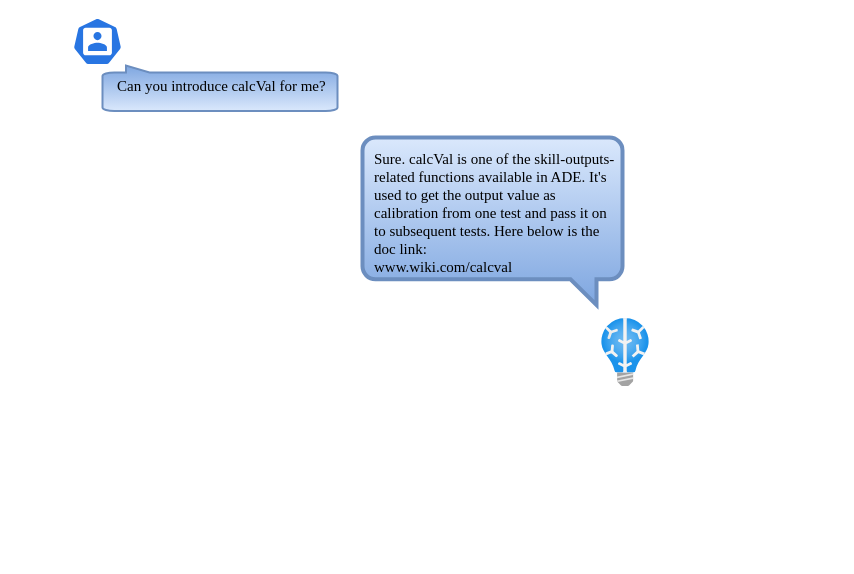
Before: ADE_copilot/drawio/ADE_copilot/chat_RAG.drawio in xpc123/forSync, a draw.io diagram. Source tidied: cells renumbered, new cells numbered last; positions are measured from the earlier drawing's top-left corner, leaving out a move shared by most shapes. Both pictures are drawn from the tidied source at 100%, with x=0, y=0 at pixel (72, 17). Pictures stored in the file or linked from it are replaced by grey dashed boxes.
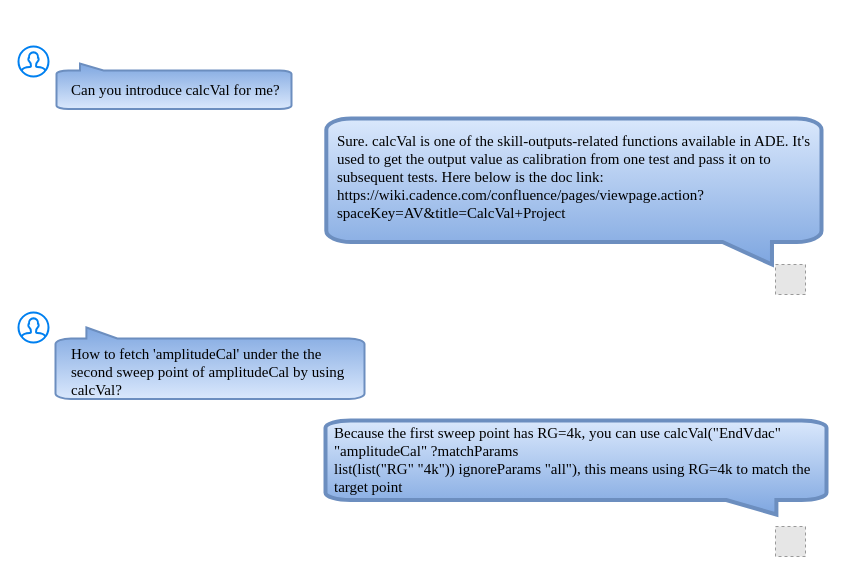
The same diagram, later.

Change to the diagram source:
```diff
@@
 <mxGraphModel background="#FFFFFF">
   <root>
     <mxCell id="0" />
     <mxCell id="1" parent="0" />
-    <mxCell id="2" style="sketch=0;html=1;dashed=0;whitespace=wrap;verticalLabelPosition=bottom;verticalAlign=top;fillColor=#2875E2;strokeColor=#ffffff;shape=mxgraph.kubernetes.icon2;prIcon=user;" parent="1" vertex="1">
-      <mxGeometry width="50" height="48" as="geometry" />
-    </mxCell>
     <mxCell id="3" style="html=1;verticalLabelPosition=bottom;align=center;labelBackgroundColor=#ffffff;verticalAlign=top;strokeWidth=2;strokeColor=#6c8ebf;shadow=0;dashed=0;shape=mxgraph.ios7.icons.message;rotation=-180;fillColor=#dae8fc;gradientColor=#7ea6e0;" parent="1" vertex="1">
-      <mxGeometry x="30" y="48" width="235" height="45.5" as="geometry" />
+      <mxGeometry x="-16" y="46" width="235" height="45.5" as="geometry" />
     </mxCell>
     <mxCell id="4" value="&lt;font color=&quot;#000000&quot; style=&quot;font-size: 15px;&quot; face=&quot;Times New Roman&quot;&gt;Can you introduce calcVal for me?&lt;/font&gt;" style="text;html=1;align=left;verticalAlign=middle;whiteSpace=wrap;rounded=0;" parent="1" vertex="1">
-      <mxGeometry x="42.5" y="56.8" width="217.5" height="23.2" as="geometry" />
+      <mxGeometry x="-3.5" y="54.8" width="217.5" height="35.2" as="geometry" />
     </mxCell>
-    <mxCell id="5" style="image;html=1;align=center;fontSize=12;image=img/lib/azure2/ai_machine_learning/Batch_AI.svg;" parent="1" vertex="1">
-      <mxGeometry x="529" y="301" width="48" height="68" as="geometry" />
-    </mxCell>
     <mxCell id="6" style="html=1;verticalLabelPosition=bottom;align=center;labelBackgroundColor=#ffffff;verticalAlign=top;strokeWidth=4;strokeColor=#6c8ebf;shadow=0;dashed=0;shape=mxgraph.ios7.icons.message;rotation=0;fillColor=#dae8fc;gradientColor=#7ea6e0;" parent="1" vertex="1">
-      <mxGeometry x="290" y="120" width="260" height="167.5" as="geometry" />
+      <mxGeometry x="253.8" y="101" width="495.2" height="146" as="geometry" />
     </mxCell>
-    <mxCell id="7" value="&lt;font color=&quot;#000000&quot; style=&quot;font-size: 15px;&quot; face=&quot;Times New Roman&quot;&gt;Sure. calcVal is one of the skill-outputs-related functions available in ADE. It's used to get the output value as calibration from one test and pass it on to subsequent tests. Here below is the doc link:&lt;/font&gt;&lt;div&gt;&lt;font color=&quot;#000000&quot; style=&quot;font-size: 15px;&quot; face=&quot;Times New Roman&quot;&gt;www.wiki.com/calcval&lt;/font&gt;&lt;/div&gt;" style="text;html=1;align=left;verticalAlign=middle;whiteSpace=wrap;rounded=0;" parent="1" vertex="1">
-      <mxGeometry x="300" y="110" width="250" height="170" as="geometry" />
+    <mxCell id="7" value="&lt;font color=&quot;#000000&quot; style=&quot;&quot; face=&quot;Times New Roman&quot;&gt;&lt;span style=&quot;font-size: 15px;&quot;&gt;Sure. calcVal is one of the skill-outputs-related functions available in ADE. It's used to get the output value as calibration from one test and pass it on to subsequent tests. Here below is the doc link:&lt;br&gt;https://wiki.cadence.com/confluence/pages/viewpage.action?spaceKey=AV&amp;amp;title=CalcVal+Project&lt;/span&gt;&lt;br&gt;&lt;/font&gt;" style="text;html=1;align=left;verticalAlign=middle;whiteSpace=wrap;rounded=0;" parent="1" vertex="1">
+      <mxGeometry x="263.2" y="98" width="500.8" height="122" as="geometry" />
     </mxCell>
+    <mxCell id="8" style="fillColor=#E6E6E6;strokeColor=#999999;dashed=1;verticalLabelPosition=bottom;labelBackgroundColor=default;verticalAlign=top;" parent="1" vertex="1">
+      <mxGeometry x="703" y="247" width="30" height="30" as="geometry" />
+    </mxCell>
+    <mxCell id="9" style="html=1;verticalLabelPosition=bottom;align=center;labelBackgroundColor=#ffffff;verticalAlign=top;strokeWidth=2;strokeColor=#0080F0;shadow=0;dashed=0;shape=mxgraph.ios7.icons.user;" parent="1" vertex="1">
+      <mxGeometry x="-54" y="29" width="30" height="30" as="geometry" />
+    </mxCell>
+    <mxCell id="10" style="html=1;verticalLabelPosition=bottom;align=center;labelBackgroundColor=#ffffff;verticalAlign=top;strokeWidth=2;strokeColor=#6c8ebf;shadow=0;dashed=0;shape=mxgraph.ios7.icons.message;rotation=-180;fillColor=#dae8fc;gradientColor=#7ea6e0;" parent="1" vertex="1">
+      <mxGeometry x="-17" y="310" width="309" height="71.5" as="geometry" />
+    </mxCell>
+    <mxCell id="11" value="&lt;font face=&quot;Times New Roman&quot;&gt;&lt;span style=&quot;font-size: 15px;&quot;&gt;How to fetch 'amplitudeCal&lt;/span&gt;&lt;span style=&quot;font-size: 15px;&quot;&gt;' under the the second sweep point of amplitudeCal&amp;nbsp;&lt;/span&gt;&lt;span style=&quot;font-size: 15px;&quot;&gt;by using calcVal?&amp;nbsp;&lt;/span&gt;&lt;/font&gt;" style="text;html=1;align=left;verticalAlign=middle;whiteSpace=wrap;rounded=0;" parent="1" vertex="1">
+      <mxGeometry x="-3.5" y="325" width="297" height="57.2" as="geometry" />
+    </mxCell>
+    <mxCell id="12" style="html=1;verticalLabelPosition=bottom;align=center;labelBackgroundColor=#ffffff;verticalAlign=top;strokeWidth=2;strokeColor=#0080F0;shadow=0;dashed=0;shape=mxgraph.ios7.icons.user;" parent="1" vertex="1">
+      <mxGeometry x="-54" y="295" width="30" height="30" as="geometry" />
+    </mxCell>
+    <mxCell id="13" style="html=1;verticalLabelPosition=bottom;align=center;labelBackgroundColor=#ffffff;verticalAlign=top;strokeWidth=4;strokeColor=#6c8ebf;shadow=0;dashed=0;shape=mxgraph.ios7.icons.message;rotation=0;fillColor=#dae8fc;gradientColor=#7ea6e0;" parent="1" vertex="1">
+      <mxGeometry x="253" y="403" width="501" height="94" as="geometry" />
+    </mxCell>
+    <mxCell id="14" value="&lt;font face=&quot;Times New Roman&quot;&gt;&lt;span style=&quot;font-size: 15px;&quot;&gt;&lt;div&gt;Because the first sweep point has RG=4k, you can use calcVal(&quot;EndVdac&quot; &quot;amplitudeCal&quot; ?matchParams&lt;/div&gt;&lt;div&gt;list(list(&quot;RG&quot; &quot;4k&quot;)) ignoreParams &quot;all&quot;), this means using RG=4k to match the target point&lt;/div&gt;&lt;/span&gt;&lt;/font&gt;" style="text;html=1;align=left;verticalAlign=middle;whiteSpace=wrap;rounded=0;" parent="1" vertex="1">
+      <mxGeometry x="260" y="404" width="489" height="76" as="geometry" />
+    </mxCell>
+    <mxCell id="15" style="fillColor=#E6E6E6;strokeColor=#999999;dashed=1;verticalLabelPosition=bottom;labelBackgroundColor=default;verticalAlign=top;" parent="1" vertex="1">
+      <mxGeometry x="703" y="509" width="30" height="30" as="geometry" />
+    </mxCell>
   </root>
 </mxGraphModel>
```
